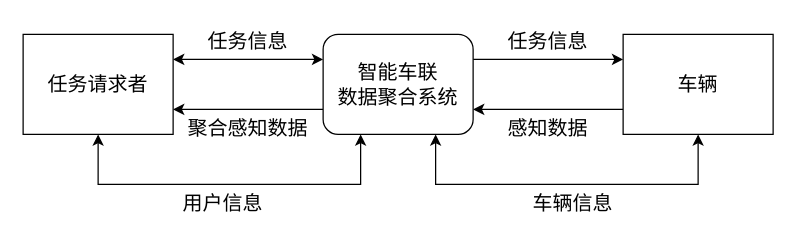
Ikaros727/pumpkin keeps this draw.io diagram as page "顶层数据流图" (4 of 5) of doc/uml/用户管理泳道图.drawio. Above is the earlier version. Source tidied: cells renumbered, new cells numbered last; positions are measured from the earlier drawing's top-left corner, leaving out a move shared by most shapes. Both pictures are drawn from the tidied source at 125%, with x=0, y=0 at pixel (22, 21).
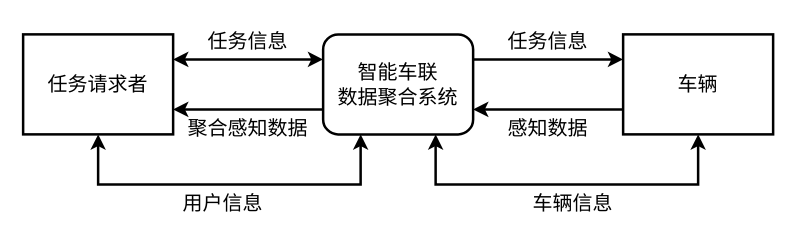
The same page after the edit.

Diff of the diagram source:
```diff
@@
-    <mxCell id="2" style="edgeStyle=orthogonalEdgeStyle;rounded=0;jettySize=auto;html=1;exitX=1;exitY=0.25;exitDx=0;exitDy=0;entryX=0;entryY=0.25;entryDx=0;entryDy=0;startArrow=classic;startFill=1;fontSize=16;" parent="1" edge="1" source="4" target="10">
+    <mxCell id="2" style="edgeStyle=orthogonalEdgeStyle;rounded=0;jettySize=auto;html=1;exitX=1;exitY=0.25;exitDx=0;exitDy=0;entryX=0;entryY=0.25;entryDx=0;entryDy=0;startArrow=classic;startFill=1;fontSize=16;fontFamily=宋体;strokeWidth=2;" parent="1" edge="1" source="4" target="10">
       <mxGeometry relative="1" as="geometry" />
     </mxCell>
-    <mxCell id="3" style="edgeStyle=orthogonalEdgeStyle;rounded=0;jettySize=auto;html=1;entryX=0.25;entryY=1;entryDx=0;entryDy=0;exitX=0.5;exitY=1;exitDx=0;exitDy=0;startArrow=classic;startFill=1;" parent="1" edge="1" source="4" target="10">
+    <mxCell id="3" style="edgeStyle=orthogonalEdgeStyle;rounded=0;jettySize=auto;html=1;entryX=0.25;entryY=1;entryDx=0;entryDy=0;exitX=0.5;exitY=1;exitDx=0;exitDy=0;startArrow=classic;startFill=1;fontFamily=宋体;fontSize=16;strokeWidth=2;" parent="1" edge="1" source="4" target="10">
       <mxGeometry relative="1" as="geometry">
         <Array as="points">
           <mxPoint x="60" y="130" />
           <mxPoint x="270" y="130" />
         </Array>
       </mxGeometry>
     </mxCell>
-    <mxCell id="4" value="任务请求者" style="rounded=0;whiteSpace=wrap;html=1;fontSize=16;" parent="1" vertex="1">
+    <mxCell id="4" value="任务请求者" style="rounded=0;whiteSpace=wrap;html=1;fontSize=16;fontFamily=宋体;strokeWidth=2;" parent="1" vertex="1">
       <mxGeometry y="10" width="120" height="80" as="geometry" />
     </mxCell>
-    <mxCell id="5" style="edgeStyle=orthogonalEdgeStyle;rounded=0;jettySize=auto;html=1;exitX=0;exitY=0.75;exitDx=0;exitDy=0;entryX=1;entryY=0.75;entryDx=0;entryDy=0;fontSize=16;" parent="1" edge="1" source="7" target="10">
+    <mxCell id="5" style="edgeStyle=orthogonalEdgeStyle;rounded=0;jettySize=auto;html=1;exitX=0;exitY=0.75;exitDx=0;exitDy=0;entryX=1;entryY=0.75;entryDx=0;entryDy=0;fontSize=16;fontFamily=宋体;strokeWidth=2;" parent="1" edge="1" source="7" target="10">
       <mxGeometry relative="1" as="geometry" />
     </mxCell>
-    <mxCell id="6" style="edgeStyle=orthogonalEdgeStyle;rounded=0;jettySize=auto;html=1;exitX=0.5;exitY=1;exitDx=0;exitDy=0;entryX=0.75;entryY=1;entryDx=0;entryDy=0;startArrow=classic;startFill=1;" parent="1" edge="1" source="7" target="10">
+    <mxCell id="6" style="edgeStyle=orthogonalEdgeStyle;rounded=0;jettySize=auto;html=1;exitX=0.5;exitY=1;exitDx=0;exitDy=0;entryX=0.75;entryY=1;entryDx=0;entryDy=0;startArrow=classic;startFill=1;fontFamily=宋体;fontSize=16;strokeWidth=2;" parent="1" edge="1" source="7" target="10">
       <mxGeometry relative="1" as="geometry">
         <Array as="points">
           <mxPoint x="540" y="130" />
           <mxPoint x="330" y="130" />
         </Array>
       </mxGeometry>
     </mxCell>
-    <mxCell id="7" value="车辆" style="rounded=0;whiteSpace=wrap;html=1;fontSize=16;" parent="1" vertex="1">
+    <mxCell id="7" value="车辆" style="rounded=0;whiteSpace=wrap;html=1;fontSize=16;fontFamily=宋体;strokeWidth=2;" parent="1" vertex="1">
       <mxGeometry x="480" y="10" width="120" height="80" as="geometry" />
     </mxCell>
-    <mxCell id="8" style="edgeStyle=orthogonalEdgeStyle;rounded=0;jettySize=auto;html=1;exitX=1;exitY=0.25;exitDx=0;exitDy=0;entryX=0;entryY=0.25;entryDx=0;entryDy=0;fontSize=16;" parent="1" edge="1" source="10" target="7">
+    <mxCell id="8" style="edgeStyle=orthogonalEdgeStyle;rounded=0;jettySize=auto;html=1;exitX=1;exitY=0.25;exitDx=0;exitDy=0;entryX=0;entryY=0.25;entryDx=0;entryDy=0;fontSize=16;fontFamily=宋体;strokeWidth=2;" parent="1" edge="1" source="10" target="7">
       <mxGeometry relative="1" as="geometry" />
     </mxCell>
-    <mxCell id="9" style="edgeStyle=orthogonalEdgeStyle;rounded=0;jettySize=auto;html=1;exitX=0;exitY=0.75;exitDx=0;exitDy=0;entryX=1;entryY=0.75;entryDx=0;entryDy=0;fontSize=16;" parent="1" edge="1" source="10" target="4">
+    <mxCell id="9" style="edgeStyle=orthogonalEdgeStyle;rounded=0;jettySize=auto;html=1;exitX=0;exitY=0.75;exitDx=0;exitDy=0;entryX=1;entryY=0.75;entryDx=0;entryDy=0;fontSize=16;fontFamily=宋体;strokeWidth=2;" parent="1" edge="1" source="10" target="4">
       <mxGeometry relative="1" as="geometry" />
     </mxCell>
-    <mxCell id="10" value="智能车联&lt;div&gt;数据聚合系统&lt;/div&gt;" style="rounded=1;whiteSpace=wrap;html=1;fontSize=16;" parent="1" vertex="1">
+    <mxCell id="10" value="智能车联&lt;div&gt;数据聚合系统&lt;/div&gt;" style="rounded=1;whiteSpace=wrap;html=1;fontSize=16;fontFamily=宋体;strokeWidth=2;" parent="1" vertex="1">
       <mxGeometry x="240" y="10" width="120" height="80" as="geometry" />
     </mxCell>
-    <mxCell id="11" value="任务信息" style="text;html=1;align=center;verticalAlign=middle;whiteSpace=wrap;rounded=0;fontSize=16;" parent="1" vertex="1">
+    <mxCell id="11" value="任务信息" style="text;html=1;align=center;verticalAlign=middle;whiteSpace=wrap;rounded=0;fontSize=16;fontFamily=宋体;strokeWidth=2;" parent="1" vertex="1">
       <mxGeometry x="120" width="120" height="30" as="geometry" />
     </mxCell>
-    <mxCell id="12" value="任务信息" style="text;html=1;align=center;verticalAlign=middle;whiteSpace=wrap;rounded=0;fontSize=16;" parent="1" vertex="1">
+    <mxCell id="12" value="任务信息" style="text;html=1;align=center;verticalAlign=middle;whiteSpace=wrap;rounded=0;fontSize=16;fontFamily=宋体;strokeWidth=2;" parent="1" vertex="1">
       <mxGeometry x="360" width="120" height="30" as="geometry" />
     </mxCell>
-    <mxCell id="13" value="感知数据" style="text;html=1;align=center;verticalAlign=middle;whiteSpace=wrap;rounded=0;fontSize=16;" parent="1" vertex="1">
+    <mxCell id="13" value="感知数据" style="text;html=1;align=center;verticalAlign=middle;whiteSpace=wrap;rounded=0;fontSize=16;fontFamily=宋体;strokeWidth=2;" parent="1" vertex="1">
       <mxGeometry x="360" y="70" width="120" height="30" as="geometry" />
     </mxCell>
-    <mxCell id="14" value="聚合感知数据" style="text;html=1;align=center;verticalAlign=middle;whiteSpace=wrap;rounded=0;fontSize=16;" parent="1" vertex="1">
+    <mxCell id="14" value="聚合感知数据" style="text;html=1;align=center;verticalAlign=middle;whiteSpace=wrap;rounded=0;fontSize=16;fontFamily=宋体;strokeWidth=2;" parent="1" vertex="1">
       <mxGeometry x="120" y="70" width="120" height="30" as="geometry" />
     </mxCell>
-    <mxCell id="15" value="用户信息" style="text;html=1;align=center;verticalAlign=middle;whiteSpace=wrap;rounded=0;fontSize=16;" parent="1" vertex="1">
+    <mxCell id="15" value="用户信息" style="text;html=1;align=center;verticalAlign=middle;whiteSpace=wrap;rounded=0;fontSize=16;fontFamily=宋体;strokeWidth=2;" parent="1" vertex="1">
       <mxGeometry x="100" y="130" width="120" height="30" as="geometry" />
     </mxCell>
-    <mxCell id="16" value="车辆信息" style="text;html=1;align=center;verticalAlign=middle;whiteSpace=wrap;rounded=0;fontSize=16;" parent="1" vertex="1">
+    <mxCell id="16" value="车辆信息" style="text;html=1;align=center;verticalAlign=middle;whiteSpace=wrap;rounded=0;fontSize=16;fontFamily=宋体;strokeWidth=2;" parent="1" vertex="1">
       <mxGeometry x="380" y="130" width="120" height="30" as="geometry" />
     </mxCell>
```
